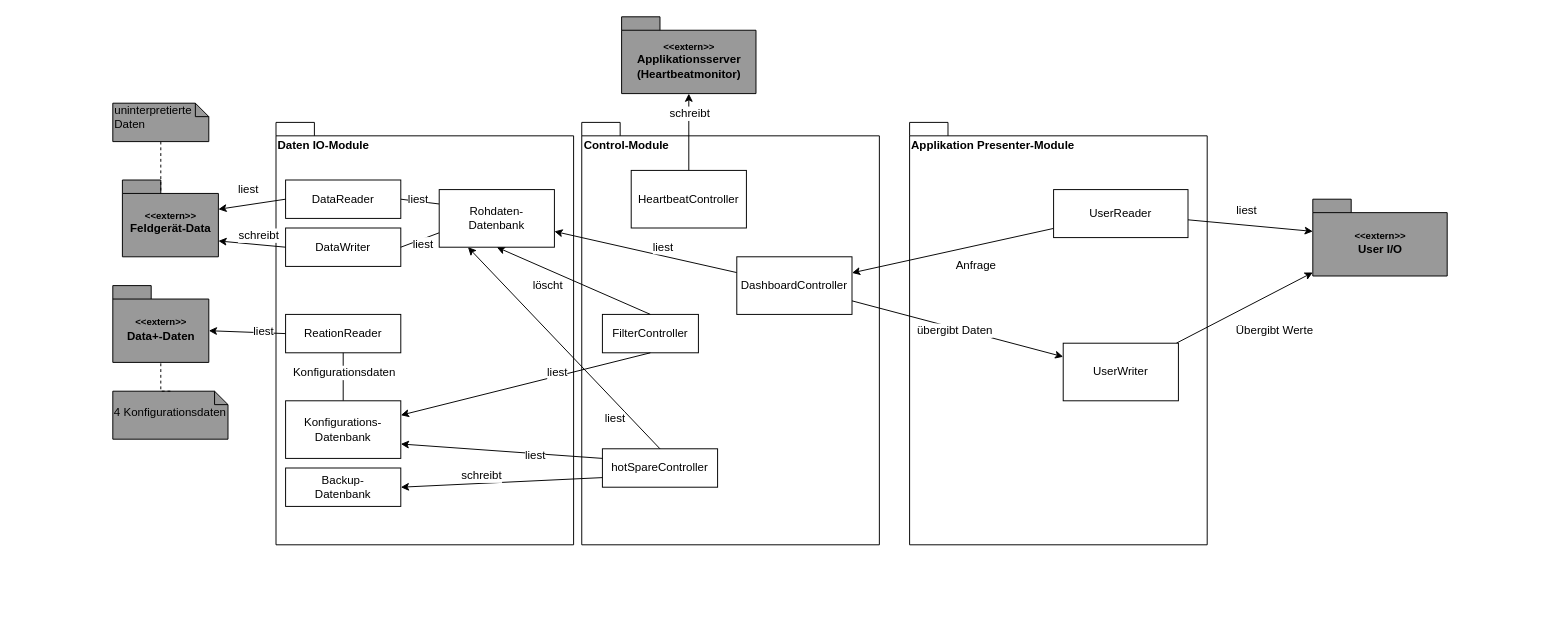
This is Graphics/bausteinansicht_ebene_2.drawio from Boneau2007/Softwarearchitektur, a draw.io file, before an edit. Source tidied: cells renumbered, new cells numbered last; positions are measured from the earlier drawing's top-left corner, leaving out a move shared by most shapes. Both pictures are drawn from the tidied source at 96%, with x=0, y=0 at pixel (112, 16).
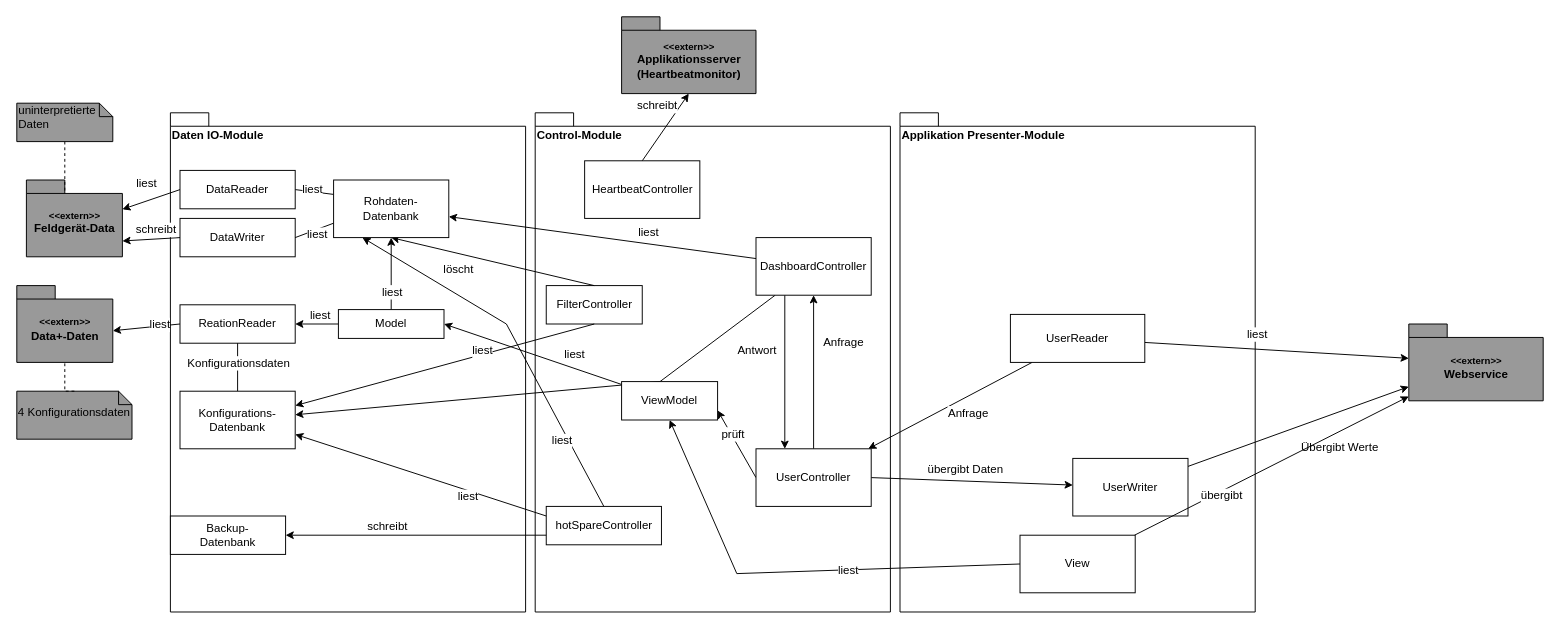
Above is the later version.

Commit message (it also covers changes not shown here):
Bausteinsicht ebene 2

Diff of the diagram source:
```diff
@@
     <mxCell id="2" value="Control-Module" style="shape=folder;fontStyle=1;spacingTop=10;tabWidth=40;tabHeight=14;tabPosition=left;html=1;align=left;verticalAlign=top;" parent="1" vertex="1">
-      <mxGeometry x="488.5" y="110" width="310" height="440" as="geometry" />
+      <mxGeometry x="440" y="100" width="370" height="520" as="geometry" />
     </mxCell>
     <mxCell id="3" value="Daten IO-Module" style="shape=folder;fontStyle=1;spacingTop=10;tabWidth=40;tabHeight=14;tabPosition=left;html=1;align=left;verticalAlign=top;" parent="1" vertex="1">
-      <mxGeometry x="170" y="110" width="310" height="440" as="geometry" />
+      <mxGeometry x="60" y="100" width="370" height="520" as="geometry" />
     </mxCell>
@@
     <mxCell id="6" value="DataReader" style="rounded=0;whiteSpace=wrap;html=1;" parent="1" vertex="1">
-      <mxGeometry x="180" y="170" width="120" height="40" as="geometry" />
+      <mxGeometry x="70" y="160" width="120" height="40" as="geometry" />
     </mxCell>
     <mxCell id="7" value="DataWriter" style="rounded=0;whiteSpace=wrap;html=1;" parent="1" vertex="1">
-      <mxGeometry x="180" y="220" width="120" height="40" as="geometry" />
+      <mxGeometry x="70" y="210" width="120" height="40" as="geometry" />
     </mxCell>
@@
     <mxCell id="12" value="&lt;div style=&quot;font-size: 10px&quot;&gt;&amp;lt;&amp;lt;extern&amp;gt;&amp;gt;&lt;br&gt;&lt;/div&gt;&lt;div&gt;Feldgerät-Data&lt;/div&gt;" style="shape=folder;fontStyle=1;spacingTop=10;tabWidth=40;tabHeight=14;tabPosition=left;html=1;align=center;verticalAlign=middle;fillColor=#999999;" parent="1" vertex="1">
-      <mxGeometry x="10" y="170" width="100" height="80" as="geometry" />
+      <mxGeometry x="-90" y="170" width="100" height="80" as="geometry" />
     </mxCell>
@@
     <mxCell id="14" value="&lt;div&gt;uninterpretierte&lt;/div&gt;&lt;div&gt;Daten&lt;br&gt;&lt;/div&gt;" style="shape=note;whiteSpace=wrap;html=1;size=14;verticalAlign=top;align=left;spacingTop=-6;fillColor=#999999;" parent="1" vertex="1">
-      <mxGeometry y="90" width="100" height="40" as="geometry" />
+      <mxGeometry x="-100" y="90" width="100" height="40" as="geometry" />
     </mxCell>
@@
     <mxCell id="17" value="ReationReader" style="rounded=0;whiteSpace=wrap;html=1;" parent="1" vertex="1">
-      <mxGeometry x="180" y="310" width="120" height="40" as="geometry" />
+      <mxGeometry x="70" y="300" width="120" height="40" as="geometry" />
     </mxCell>
     <mxCell id="18" value="&lt;font style=&quot;font-size: 10px&quot;&gt;&amp;lt;&amp;lt;extern&amp;gt;&amp;gt;&lt;/font&gt;&lt;br&gt;&lt;div&gt;Data+-Daten&lt;/div&gt;" style="shape=folder;fontStyle=1;spacingTop=10;tabWidth=40;tabHeight=14;tabPosition=left;html=1;align=center;verticalAlign=middle;fillColor=#999999;" parent="1" vertex="1">
-      <mxGeometry y="280" width="100" height="80" as="geometry" />
+      <mxGeometry x="-100" y="280" width="100" height="80" as="geometry" />
     </mxCell>
     <mxCell id="19" value="&lt;div align=&quot;center&quot;&gt;4 Konfigurationsdaten&lt;/div&gt;" style="shape=note;whiteSpace=wrap;html=1;size=14;verticalAlign=middle;align=center;spacingTop=-6;fillColor=#999999;" parent="1" vertex="1">
-      <mxGeometry y="390" width="120" height="50" as="geometry" />
+      <mxGeometry x="-100" y="390" width="120" height="50" as="geometry" />
     </mxCell>
@@
     <mxCell id="25" value="&lt;div&gt;Rohdaten-&lt;/div&gt;&lt;div&gt;Datenbank&lt;/div&gt;" style="rounded=0;whiteSpace=wrap;html=1;align=center;" parent="1" vertex="1">
-      <mxGeometry x="340" y="180" width="120" height="60" as="geometry" />
+      <mxGeometry x="230" y="170" width="120" height="60" as="geometry" />
     </mxCell>
@@
     <mxCell id="28" value="&lt;div&gt;Konfigurations-&lt;/div&gt;&lt;div&gt;Datenbank&lt;/div&gt;" style="rounded=0;whiteSpace=wrap;html=1;align=center;" parent="1" vertex="1">
-      <mxGeometry x="180" y="400" width="120" height="60" as="geometry" />
+      <mxGeometry x="70" y="390" width="120" height="60" as="geometry" />
     </mxCell>
@@
     <mxCell id="31" value="FilterController" style="rounded=0;whiteSpace=wrap;html=1;fillColor=none;align=center;" parent="1" vertex="1">
-      <mxGeometry x="510" y="310" width="100" height="40" as="geometry" />
+      <mxGeometry x="451.5" y="280" width="100" height="40" as="geometry" />
     </mxCell>
@@
     <mxCell id="34" style="edgeStyle=none;rounded=0;jettySize=auto;html=1;exitX=0.5;exitY=0;exitDx=0;exitDy=0;entryX=0.25;entryY=1;entryDx=0;entryDy=0;startArrow=none;startFill=0;endArrow=classic;endFill=1;" parent="1" edge="1" source="38" target="25">
-      <mxGeometry relative="1" as="geometry" />
+      <mxGeometry relative="1" as="geometry">
+        <Array as="points">
+          <mxPoint x="410" y="320" />
+        </Array>
+      </mxGeometry>
     </mxCell>
@@
     <mxCell id="38" value="hotSpareController" style="rounded=0;whiteSpace=wrap;html=1;fillColor=none;align=center;fontStyle=0;" parent="1" vertex="1">
-      <mxGeometry x="510" y="450" width="120" height="40" as="geometry" />
+      <mxGeometry x="451.5" y="510" width="120" height="40" as="geometry" />
     </mxCell>
     <mxCell id="39" value="&lt;div&gt;Backup-&lt;/div&gt;&lt;div&gt;Datenbank&lt;/div&gt;" style="rounded=0;whiteSpace=wrap;html=1;align=center;" parent="1" vertex="1">
-      <mxGeometry x="180" y="470" width="120" height="40" as="geometry" />
+      <mxGeometry x="60" y="520" width="120" height="40" as="geometry" />
     </mxCell>
@@
     <mxCell id="42" value="HeartbeatController" style="rounded=0;whiteSpace=wrap;html=1;align=center;" parent="1" vertex="1">
-      <mxGeometry x="540" y="160" width="120" height="60" as="geometry" />
+      <mxGeometry x="491.5" y="150" width="120" height="60" as="geometry" />
     </mxCell>
@@
+    <mxCell id="59" style="edgeStyle=none;rounded=0;jettySize=auto;html=1;entryX=0.25;entryY=0;entryDx=0;entryDy=0;exitX=0.25;exitY=1;exitDx=0;exitDy=0;" parent="1" edge="1" source="46" target="66">
+      <mxGeometry relative="1" as="geometry" />
+    </mxCell>
+    <mxCell id="60" value="Antwort" style="text;html=1;align=center;verticalAlign=middle;labelBackgroundColor=#ffffff;" parent="59" vertex="1">
+      <mxGeometry x="-0.4" y="1" relative="1" as="geometry">
+        <mxPoint x="-31" y="9" as="offset" />
+      </mxGeometry>
+    </mxCell>
+    <mxCell id="61" style="edgeStyle=none;rounded=0;jettySize=auto;html=1;" parent="1" edge="1" source="46" target="28">
+      <mxGeometry relative="1" as="geometry">
+        <Array as="points">
+          <mxPoint x="570" y="380" />
+        </Array>
+      </mxGeometry>
+    </mxCell>
     <mxCell id="46" value="DashboardController" style="rounded=0;whiteSpace=wrap;html=1;align=center;" parent="1" vertex="1">
-      <mxGeometry x="650" y="250" width="120" height="60" as="geometry" />
+      <mxGeometry x="670" y="230" width="120" height="60" as="geometry" />
     </mxCell>
     <mxCell id="47" value="&lt;div&gt;Applikation Presenter-Module&lt;/div&gt;" style="shape=folder;fontStyle=1;spacingTop=10;tabWidth=40;tabHeight=14;tabPosition=left;html=1;align=left;verticalAlign=top;" parent="1" vertex="1">
-      <mxGeometry x="830" y="110" width="310" height="440" as="geometry" />
+      <mxGeometry x="820" y="100" width="370" height="520" as="geometry" />
     </mxCell>
@@
-    <mxCell id="50" style="edgeStyle=none;rounded=0;jettySize=auto;html=1;" parent="1" edge="1" source="52" target="46">
+    <mxCell id="50" style="edgeStyle=none;rounded=0;jettySize=auto;html=1;" parent="1" edge="1" source="52" target="66">
       <mxGeometry relative="1" as="geometry" />
     </mxCell>
@@
     <mxCell id="52" value="UserReader" style="rounded=0;whiteSpace=wrap;html=1;" parent="1" vertex="1">
-      <mxGeometry x="980" y="180" width="140" height="50" as="geometry" />
+      <mxGeometry x="935" y="310" width="140" height="50" as="geometry" />
     </mxCell>
-    <mxCell id="53" value="&lt;font style=&quot;font-size: 10px&quot;&gt;&amp;lt;&amp;lt;extern&amp;gt;&amp;gt;&lt;/font&gt;&lt;br&gt;User I/O" style="shape=folder;fontStyle=1;spacingTop=10;tabWidth=40;tabHeight=14;tabPosition=left;html=1;align=center;verticalAlign=middle;fillColor=#999999;" parent="1" vertex="1">
-      <mxGeometry x="1250" y="190" width="140" height="80" as="geometry" />
+    <mxCell id="53" value="&lt;font style=&quot;font-size: 10px&quot;&gt;&amp;lt;&amp;lt;extern&amp;gt;&amp;gt;&lt;/font&gt;&lt;br&gt;Webservice" style="shape=folder;fontStyle=1;spacingTop=10;tabWidth=40;tabHeight=14;tabPosition=left;html=1;align=center;verticalAlign=middle;fillColor=#999999;" parent="1" vertex="1">
+      <mxGeometry x="1350" y="320" width="140" height="80" as="geometry" />
     </mxCell>
@@
     <mxCell id="56" value="UserWriter" style="rounded=0;whiteSpace=wrap;html=1;" parent="1" vertex="1">
-      <mxGeometry x="990" y="340" width="120" height="60" as="geometry" />
+      <mxGeometry x="1000" y="460" width="120" height="60" as="geometry" />
     </mxCell>
-    <mxCell id="57" style="edgeStyle=none;rounded=0;jettySize=auto;html=1;" parent="1" edge="1" source="46" target="56">
+    <mxCell id="57" style="edgeStyle=none;rounded=0;jettySize=auto;html=1;exitX=1;exitY=0.5;exitDx=0;exitDy=0;" parent="1" edge="1" source="66" target="56">
       <mxGeometry relative="1" as="geometry" />
     </mxCell>
@@
+    <mxCell id="62" style="edgeStyle=none;rounded=0;jettySize=auto;html=1;" parent="1" edge="1" source="66" target="46">
+      <mxGeometry relative="1" as="geometry" />
+    </mxCell>
+    <mxCell id="63" value="Anfrage" style="text;html=1;align=center;verticalAlign=middle;labelBackgroundColor=#ffffff;" parent="62" vertex="1">
+      <mxGeometry x="0.37" y="3" relative="1" as="geometry">
+        <mxPoint x="33" y="-2" as="offset" />
+      </mxGeometry>
+    </mxCell>
+    <mxCell id="64" style="edgeStyle=none;rounded=0;jettySize=auto;html=1;entryX=1;entryY=0.75;entryDx=0;entryDy=0;exitX=0;exitY=0.5;exitDx=0;exitDy=0;" parent="1" edge="1" source="66" target="74">
+      <mxGeometry relative="1" as="geometry" />
+    </mxCell>
+    <mxCell id="65" value="prüft" style="text;html=1;align=center;verticalAlign=middle;labelBackgroundColor=#ffffff;" parent="64" vertex="1">
+      <mxGeometry x="0.3" y="-1" relative="1" as="geometry" />
+    </mxCell>
+    <mxCell id="66" value="&lt;div&gt;UserController&lt;/div&gt;" style="rounded=0;whiteSpace=wrap;html=1;" parent="1" vertex="1">
+      <mxGeometry x="670" y="450" width="120" height="60" as="geometry" />
+    </mxCell>
+    <mxCell id="67" style="edgeStyle=none;rounded=0;jettySize=auto;html=1;entryX=1;entryY=0.5;entryDx=0;entryDy=0;" parent="1" edge="1" source="71" target="17">
+      <mxGeometry relative="1" as="geometry" />
+    </mxCell>
+    <mxCell id="68" value="liest" style="text;html=1;align=center;verticalAlign=middle;labelBackgroundColor=#ffffff;" parent="67" vertex="1">
+      <mxGeometry x="-0.47" y="2" relative="1" as="geometry">
+        <mxPoint x="-8" y="-12" as="offset" />
+      </mxGeometry>
+    </mxCell>
+    <mxCell id="69" style="edgeStyle=none;rounded=0;jettySize=auto;html=1;" parent="1" edge="1" source="71" target="25">
+      <mxGeometry relative="1" as="geometry" />
+    </mxCell>
+    <mxCell id="70" value="liest" style="text;html=1;align=center;verticalAlign=middle;labelBackgroundColor=#ffffff;" parent="69" vertex="1">
+      <mxGeometry x="-0.49" relative="1" as="geometry" />
+    </mxCell>
+    <mxCell id="71" value="Model" style="rounded=0;whiteSpace=wrap;html=1;" parent="1" vertex="1">
+      <mxGeometry x="235" y="305" width="110" height="30" as="geometry" />
+    </mxCell>
+    <mxCell id="72" style="edgeStyle=none;rounded=0;jettySize=auto;html=1;entryX=1;entryY=0.5;entryDx=0;entryDy=0;" parent="1" edge="1" source="74" target="71">
+      <mxGeometry relative="1" as="geometry" />
+    </mxCell>
+    <mxCell id="73" value="liest" style="text;html=1;align=center;verticalAlign=middle;labelBackgroundColor=#ffffff;" parent="72" vertex="1">
+      <mxGeometry x="-0.32" y="-2" relative="1" as="geometry">
+        <mxPoint x="12.6" y="-7.9" as="offset" />
+      </mxGeometry>
+    </mxCell>
+    <mxCell id="74" value="ViewModel" style="rounded=0;whiteSpace=wrap;html=1;" parent="1" vertex="1">
+      <mxGeometry x="530" y="380" width="100" height="40" as="geometry" />
+    </mxCell>
+    <mxCell id="75" style="edgeStyle=none;rounded=0;jettySize=auto;html=1;entryX=0.5;entryY=1;entryDx=0;entryDy=0;exitX=0;exitY=0.5;exitDx=0;exitDy=0;" parent="1" edge="1" source="79" target="74">
+      <mxGeometry relative="1" as="geometry">
+        <Array as="points">
+          <mxPoint x="650" y="580" />
+        </Array>
+      </mxGeometry>
+    </mxCell>
+    <mxCell id="76" value="liest" style="text;html=1;align=center;verticalAlign=middle;labelBackgroundColor=#ffffff;" parent="75" vertex="1">
+      <mxGeometry x="-0.14" relative="1" as="geometry">
+        <mxPoint x="22" as="offset" />
+      </mxGeometry>
+    </mxCell>
+    <mxCell id="77" style="edgeStyle=none;rounded=0;jettySize=auto;html=1;" parent="1" edge="1" source="79" target="53">
+      <mxGeometry relative="1" as="geometry" />
+    </mxCell>
+    <mxCell id="78" value="übergibt" style="text;html=1;align=center;verticalAlign=middle;labelBackgroundColor=#ffffff;" parent="77" vertex="1">
+      <mxGeometry x="-0.39" y="-3" relative="1" as="geometry">
+        <mxPoint x="1" as="offset" />
+      </mxGeometry>
+    </mxCell>
+    <mxCell id="79" value="View" style="rounded=0;whiteSpace=wrap;html=1;" parent="1" vertex="1">
+      <mxGeometry x="945" y="540" width="120" height="60" as="geometry" />
+    </mxCell>
```
